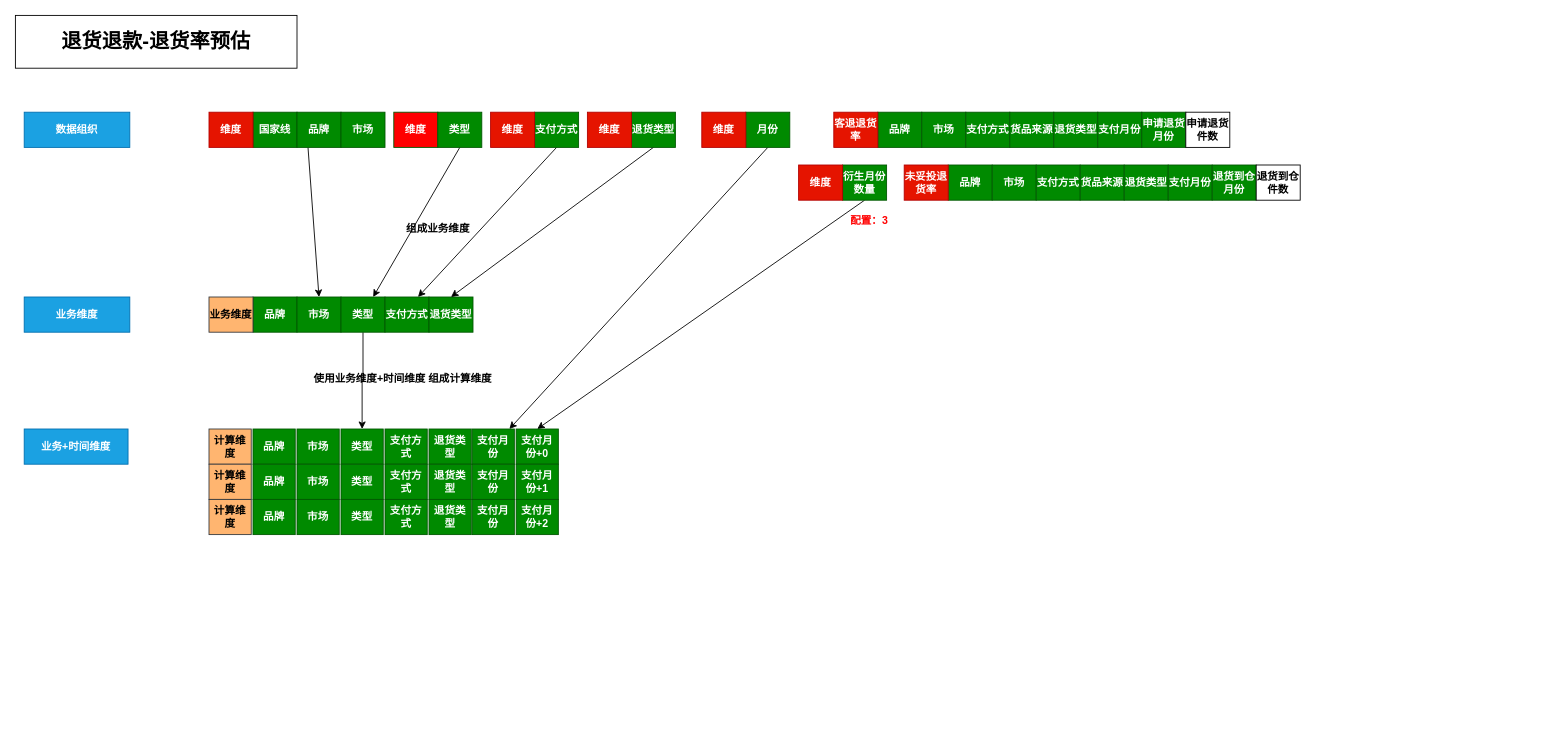
The draw.io diagram shein/退货退款项目.drawio in Msimplehub/abbysun, before the edit. Source tidied: cells renumbered, new cells numbered last; positions are measured from the earlier drawing's top-left corner, leaving out a move shared by most shapes. Both pictures are drawn from the tidied source at 88%, with x=0, y=0 at pixel (15, 15).
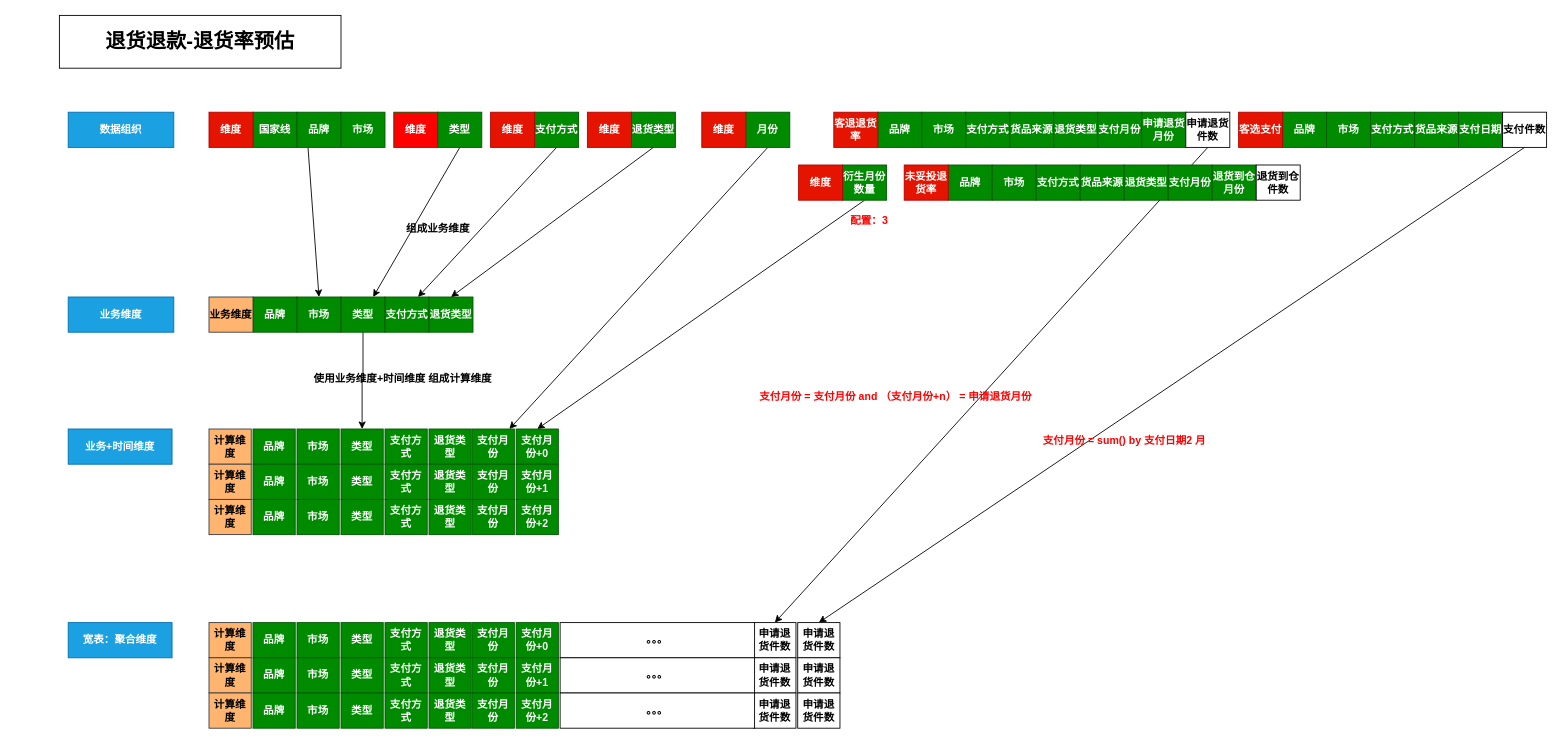
Above is the later version.

Commit message (it also covers changes not shown here):
更新退货退款项目.drawio

The change refers to these unchanged cells:
```xml
<mxCell id="30" value="申请退货件数" style="rounded=0;whiteSpace=wrap;html=1;fontStyle=1;" parent="1" vertex="1">
  <mxGeometry x="1330" y="110" width="50" height="40" as="geometry" />
</mxCell>
```

Change to the diagram source:
```diff
@@
     <mxCell id="20" value="业务维度" style="whiteSpace=wrap;html=1;fontStyle=1;fillColor=#1ba1e2;strokeColor=#006EAF;fontColor=#ffffff;" parent="1" vertex="1">
-      <mxGeometry x="10" y="320" width="120" height="40" as="geometry" />
+      <mxGeometry x="60" y="320" width="120" height="40" as="geometry" />
     </mxCell>
     <mxCell id="21" value="数据组织" style="whiteSpace=wrap;html=1;fontStyle=1;fillColor=#1ba1e2;strokeColor=#006EAF;fontColor=#ffffff;" parent="1" vertex="1">
-      <mxGeometry x="10" y="110" width="120" height="40" as="geometry" />
+      <mxGeometry x="60" y="110" width="120" height="40" as="geometry" />
     </mxCell>
     <mxCell id="22" value="&lt;span&gt;&lt;font style=&quot;font-size: 23px;&quot;&gt;退货退款-退货率预估&lt;/font&gt;&lt;/span&gt;" style="rounded=0;whiteSpace=wrap;html=1;fontStyle=1;" parent="1" vertex="1">
-      <mxGeometry width="320" height="60" as="geometry" />
+      <mxGeometry x="50" width="320" height="60" as="geometry" />
     </mxCell>
@@
+    <mxCell id="78" style="rounded=0;jettySize=auto;html=1;exitX=0.5;exitY=1;exitDx=0;exitDy=0;entryX=0.5;entryY=0;entryDx=0;entryDy=0;" parent="1" edge="1" source="30" target="112">
+      <mxGeometry relative="1" as="geometry" />
+    </mxCell>
@@
     <mxCell id="51" value="业务+时间维度" style="whiteSpace=wrap;html=1;fontStyle=1;fillColor=#1ba1e2;strokeColor=#006EAF;fontColor=#ffffff;" parent="1" vertex="1">
-      <mxGeometry x="10" y="470" width="118" height="40" as="geometry" />
+      <mxGeometry x="60" y="470" width="118" height="40" as="geometry" />
     </mxCell>
@@
+    <mxCell id="79" value="品牌" style="rounded=0;whiteSpace=wrap;html=1;fillColor=#008a00;fontColor=#ffffff;strokeColor=#005700;fontStyle=1;" parent="1" vertex="1">
+      <mxGeometry x="1440" y="110" width="50" height="40" as="geometry" />
+    </mxCell>
+    <mxCell id="80" value="市场" style="rounded=0;whiteSpace=wrap;html=1;fillColor=#008a00;fontColor=#ffffff;strokeColor=#005700;fontStyle=1;" parent="1" vertex="1">
+      <mxGeometry x="1490" y="110" width="50" height="40" as="geometry" />
+    </mxCell>
+    <mxCell id="81" value="支付方式" style="rounded=0;whiteSpace=wrap;html=1;fillColor=#008a00;fontColor=#ffffff;strokeColor=#005700;fontStyle=1;" parent="1" vertex="1">
+      <mxGeometry x="1540" y="110" width="50" height="40" as="geometry" />
+    </mxCell>
+    <mxCell id="82" value="货品来源" style="rounded=0;whiteSpace=wrap;html=1;fillColor=#008a00;fontColor=#ffffff;strokeColor=#005700;fontStyle=1;" parent="1" vertex="1">
+      <mxGeometry x="1590" y="110" width="50" height="40" as="geometry" />
+    </mxCell>
+    <mxCell id="83" value="支付日期" style="rounded=0;whiteSpace=wrap;html=1;fillColor=#008a00;fontColor=#ffffff;strokeColor=#005700;fontStyle=1;" parent="1" vertex="1">
+      <mxGeometry x="1640" y="110" width="50" height="40" as="geometry" />
+    </mxCell>
+    <mxCell id="84" style="rounded=0;jettySize=auto;html=1;exitX=0.5;exitY=1;exitDx=0;exitDy=0;entryX=0.5;entryY=0;entryDx=0;entryDy=0;" parent="1" edge="1" source="85" target="115">
+      <mxGeometry relative="1" as="geometry" />
+    </mxCell>
+    <mxCell id="85" value="支付件数" style="rounded=0;whiteSpace=wrap;html=1;fontStyle=1;" parent="1" vertex="1">
+      <mxGeometry x="1690" y="110" width="50" height="40" as="geometry" />
+    </mxCell>
+    <mxCell id="86" value="客选支付" style="rounded=0;whiteSpace=wrap;html=1;fillColor=#e51400;fontColor=#ffffff;strokeColor=#B20000;fontStyle=1;" parent="1" vertex="1">
+      <mxGeometry x="1390" y="110" width="50" height="40" as="geometry" />
+    </mxCell>
+    <mxCell id="87" value="品牌" style="rounded=0;whiteSpace=wrap;html=1;fillColor=#008a00;fontColor=#ffffff;strokeColor=#005700;fontStyle=1;" parent="1" vertex="1">
+      <mxGeometry x="270" y="690" width="48" height="40" as="geometry" />
+    </mxCell>
+    <mxCell id="88" value="市场" style="rounded=0;whiteSpace=wrap;html=1;fillColor=#008a00;fontColor=#ffffff;strokeColor=#005700;fontStyle=1;" parent="1" vertex="1">
+      <mxGeometry x="320" y="690" width="48" height="40" as="geometry" />
+    </mxCell>
+    <mxCell id="89" value="类型" style="rounded=0;whiteSpace=wrap;html=1;fillColor=#008a00;fontColor=#ffffff;strokeColor=#005700;fontStyle=1;" parent="1" vertex="1">
+      <mxGeometry x="370" y="690" width="48" height="40" as="geometry" />
+    </mxCell>
+    <mxCell id="90" value="支付方式" style="rounded=0;whiteSpace=wrap;html=1;fillColor=#008a00;fontColor=#ffffff;strokeColor=#005700;fontStyle=1;" parent="1" vertex="1">
+      <mxGeometry x="420" y="690" width="48" height="40" as="geometry" />
+    </mxCell>
+    <mxCell id="91" value="退货类型" style="rounded=0;whiteSpace=wrap;html=1;fillColor=#008a00;fontColor=#ffffff;strokeColor=#005700;fontStyle=1;" parent="1" vertex="1">
+      <mxGeometry x="470" y="690" width="48" height="40" as="geometry" />
+    </mxCell>
+    <mxCell id="92" value="计算维度" style="rounded=0;whiteSpace=wrap;html=1;fillColor=#FFB570;strokeColor=#36393d;fontStyle=1;" parent="1" vertex="1">
+      <mxGeometry x="220" y="690" width="48" height="40" as="geometry" />
+    </mxCell>
+    <mxCell id="93" value="宽表：聚合维度" style="whiteSpace=wrap;html=1;fontStyle=1;fillColor=#1ba1e2;strokeColor=#006EAF;fontColor=#ffffff;" parent="1" vertex="1">
+      <mxGeometry x="60" y="690" width="118" height="40" as="geometry" />
+    </mxCell>
+    <mxCell id="94" value="支付月份" style="rounded=0;whiteSpace=wrap;html=1;fillColor=#008a00;fontColor=#ffffff;strokeColor=#005700;fontStyle=1;" parent="1" vertex="1">
+      <mxGeometry x="519" y="690" width="48" height="40" as="geometry" />
+    </mxCell>
+    <mxCell id="95" value="支付月份+0" style="rounded=0;whiteSpace=wrap;html=1;fillColor=#008a00;fontColor=#ffffff;strokeColor=#005700;fontStyle=1;" parent="1" vertex="1">
+      <mxGeometry x="569" y="690" width="48" height="40" as="geometry" />
+    </mxCell>
+    <mxCell id="96" value="品牌" style="rounded=0;whiteSpace=wrap;html=1;fillColor=#008a00;fontColor=#ffffff;strokeColor=#005700;fontStyle=1;" parent="1" vertex="1">
+      <mxGeometry x="270" y="730" width="48" height="40" as="geometry" />
+    </mxCell>
+    <mxCell id="97" value="市场" style="rounded=0;whiteSpace=wrap;html=1;fillColor=#008a00;fontColor=#ffffff;strokeColor=#005700;fontStyle=1;" parent="1" vertex="1">
+      <mxGeometry x="320" y="730" width="48" height="40" as="geometry" />
+    </mxCell>
+    <mxCell id="98" value="类型" style="rounded=0;whiteSpace=wrap;html=1;fillColor=#008a00;fontColor=#ffffff;strokeColor=#005700;fontStyle=1;" parent="1" vertex="1">
+      <mxGeometry x="370" y="730" width="48" height="40" as="geometry" />
+    </mxCell>
+    <mxCell id="99" value="支付方式" style="rounded=0;whiteSpace=wrap;html=1;fillColor=#008a00;fontColor=#ffffff;strokeColor=#005700;fontStyle=1;" parent="1" vertex="1">
+      <mxGeometry x="420" y="730" width="48" height="40" as="geometry" />
+    </mxCell>
+    <mxCell id="100" value="退货类型" style="rounded=0;whiteSpace=wrap;html=1;fillColor=#008a00;fontColor=#ffffff;strokeColor=#005700;fontStyle=1;" parent="1" vertex="1">
+      <mxGeometry x="470" y="730" width="48" height="40" as="geometry" />
+    </mxCell>
+    <mxCell id="101" value="计算维度" style="rounded=0;whiteSpace=wrap;html=1;fillColor=#FFB570;strokeColor=#36393d;fontStyle=1;" parent="1" vertex="1">
+      <mxGeometry x="220" y="730" width="48" height="40" as="geometry" />
+    </mxCell>
+    <mxCell id="102" value="支付月份" style="rounded=0;whiteSpace=wrap;html=1;fillColor=#008a00;fontColor=#ffffff;strokeColor=#005700;fontStyle=1;" parent="1" vertex="1">
+      <mxGeometry x="519" y="730" width="48" height="40" as="geometry" />
+    </mxCell>
+    <mxCell id="103" value="支付月份+1" style="rounded=0;whiteSpace=wrap;html=1;fillColor=#008a00;fontColor=#ffffff;strokeColor=#005700;fontStyle=1;" parent="1" vertex="1">
+      <mxGeometry x="569" y="730" width="48" height="40" as="geometry" />
+    </mxCell>
+    <mxCell id="104" value="品牌" style="rounded=0;whiteSpace=wrap;html=1;fillColor=#008a00;fontColor=#ffffff;strokeColor=#005700;fontStyle=1;" parent="1" vertex="1">
+      <mxGeometry x="270" y="770" width="48" height="40" as="geometry" />
+    </mxCell>
+    <mxCell id="105" value="市场" style="rounded=0;whiteSpace=wrap;html=1;fillColor=#008a00;fontColor=#ffffff;strokeColor=#005700;fontStyle=1;" parent="1" vertex="1">
+      <mxGeometry x="320" y="770" width="48" height="40" as="geometry" />
+    </mxCell>
+    <mxCell id="106" value="类型" style="rounded=0;whiteSpace=wrap;html=1;fillColor=#008a00;fontColor=#ffffff;strokeColor=#005700;fontStyle=1;" parent="1" vertex="1">
+      <mxGeometry x="370" y="770" width="48" height="40" as="geometry" />
+    </mxCell>
+    <mxCell id="107" value="支付方式" style="rounded=0;whiteSpace=wrap;html=1;fillColor=#008a00;fontColor=#ffffff;strokeColor=#005700;fontStyle=1;" parent="1" vertex="1">
+      <mxGeometry x="420" y="770" width="48" height="40" as="geometry" />
+    </mxCell>
+    <mxCell id="108" value="退货类型" style="rounded=0;whiteSpace=wrap;html=1;fillColor=#008a00;fontColor=#ffffff;strokeColor=#005700;fontStyle=1;" parent="1" vertex="1">
+      <mxGeometry x="470" y="770" width="48" height="40" as="geometry" />
+    </mxCell>
+    <mxCell id="109" value="计算维度" style="rounded=0;whiteSpace=wrap;html=1;fillColor=#FFB570;strokeColor=#36393d;fontStyle=1;" parent="1" vertex="1">
+      <mxGeometry x="220" y="770" width="48" height="40" as="geometry" />
+    </mxCell>
+    <mxCell id="110" value="支付月份" style="rounded=0;whiteSpace=wrap;html=1;fillColor=#008a00;fontColor=#ffffff;strokeColor=#005700;fontStyle=1;" parent="1" vertex="1">
+      <mxGeometry x="519" y="770" width="48" height="40" as="geometry" />
+    </mxCell>
+    <mxCell id="111" value="支付月份+2" style="rounded=0;whiteSpace=wrap;html=1;fillColor=#008a00;fontColor=#ffffff;strokeColor=#005700;fontStyle=1;" parent="1" vertex="1">
+      <mxGeometry x="569" y="770" width="48" height="40" as="geometry" />
+    </mxCell>
+    <mxCell id="112" value="申请退货件数" style="rounded=0;whiteSpace=wrap;html=1;fontStyle=1;" parent="1" vertex="1">
+      <mxGeometry x="839" y="690" width="48" height="40" as="geometry" />
+    </mxCell>
+    <mxCell id="113" value="申请退货件数" style="rounded=0;whiteSpace=wrap;html=1;fontStyle=1;" parent="1" vertex="1">
+      <mxGeometry x="839" y="730" width="48" height="40" as="geometry" />
+    </mxCell>
+    <mxCell id="114" value="申请退货件数" style="rounded=0;whiteSpace=wrap;html=1;fontStyle=1;" parent="1" vertex="1">
+      <mxGeometry x="839" y="770" width="48" height="40" as="geometry" />
+    </mxCell>
+    <mxCell id="115" value="申请退货件数" style="rounded=0;whiteSpace=wrap;html=1;fontStyle=1;" parent="1" vertex="1">
+      <mxGeometry x="889" y="690" width="48" height="40" as="geometry" />
+    </mxCell>
+    <mxCell id="116" value="申请退货件数" style="rounded=0;whiteSpace=wrap;html=1;fontStyle=1;" parent="1" vertex="1">
+      <mxGeometry x="889" y="730" width="48" height="40" as="geometry" />
+    </mxCell>
+    <mxCell id="117" value="申请退货件数" style="rounded=0;whiteSpace=wrap;html=1;fontStyle=1;" parent="1" vertex="1">
+      <mxGeometry x="889" y="770" width="48" height="40" as="geometry" />
+    </mxCell>
+    <mxCell id="118" value="。。。" style="rounded=0;whiteSpace=wrap;html=1;fontStyle=1;" parent="1" vertex="1">
+      <mxGeometry x="619" y="690" width="221" height="40" as="geometry" />
+    </mxCell>
+    <mxCell id="119" value="。。。" style="rounded=0;whiteSpace=wrap;html=1;fontStyle=1;" parent="1" vertex="1">
+      <mxGeometry x="619" y="730" width="221" height="40" as="geometry" />
+    </mxCell>
+    <mxCell id="120" value="。。。" style="rounded=0;whiteSpace=wrap;html=1;fontStyle=1;" parent="1" vertex="1">
+      <mxGeometry x="619" y="770" width="221" height="40" as="geometry" />
+    </mxCell>
+    <mxCell id="121" value="&lt;b&gt;&lt;font color=&quot;#ff0000&quot;&gt;支付月份 = 支付月份 and （支付月份+n） = 申请退货月份&lt;/font&gt;&lt;/b&gt;" style="text;html=1;align=center;verticalAlign=middle;strokeColor=none;fillColor=none;" parent="1" vertex="1">
+      <mxGeometry x="835" y="418" width="330" height="30" as="geometry" />
+    </mxCell>
+    <mxCell id="122" value="&lt;b&gt;&lt;font color=&quot;#ff0000&quot;&gt;支付月份 = sum() by 支付日期2 月&lt;/font&gt;&lt;/b&gt;" style="text;html=1;align=center;verticalAlign=middle;strokeColor=none;fillColor=none;" parent="1" vertex="1">
+      <mxGeometry x="1155" y="468" width="210" height="30" as="geometry" />
+    </mxCell>
```
